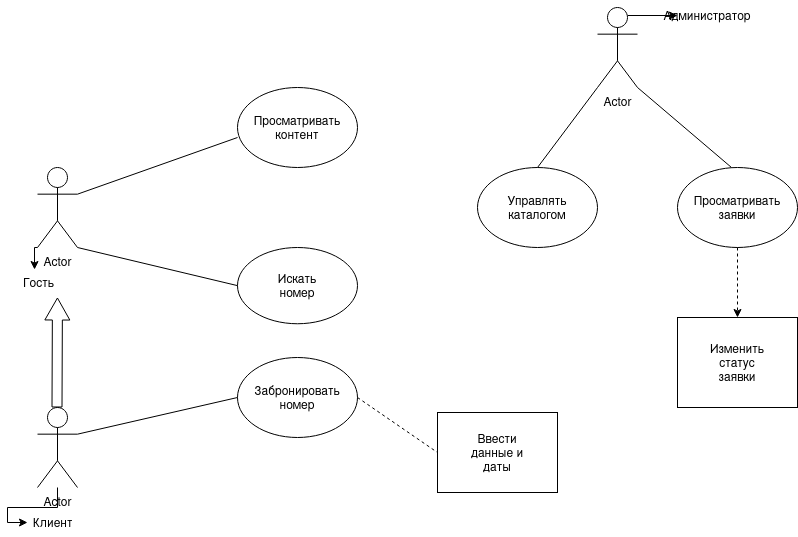
Elb-b/elb-b.github.io keeps this draw.io diagram as Гостиница.drawio.png. Above is the earlier version. Source tidied: cells renumbered, new cells last; positions are measured from the earlier drawing's top-left corner, leaving out a move shared by most shapes.
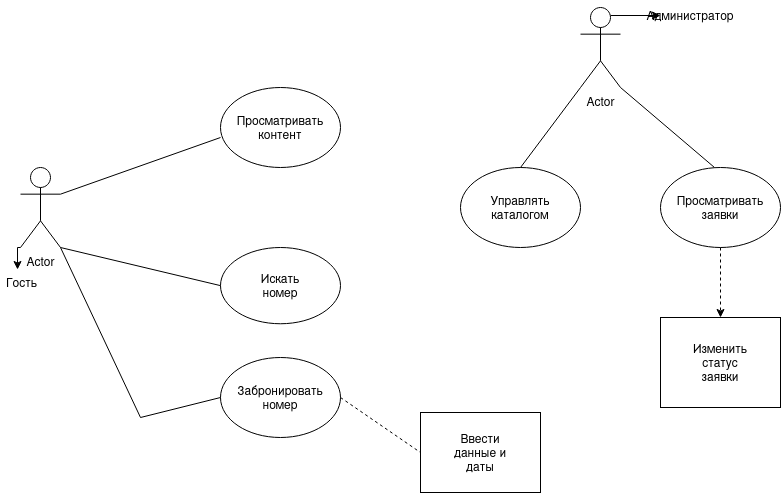
Above is the later version.

What changed in the source:
```diff
@@ -2,15 +2,6 @@
   <root>
     <mxCell id="0" />
     <mxCell id="1" parent="0" />
-    <mxCell id="2" style="edgeStyle=orthogonalEdgeStyle;rounded=0;jettySize=auto;html=1;" parent="1" edge="1" source="3" target="4">
-      <mxGeometry relative="1" as="geometry" />
-    </mxCell>
-    <mxCell id="3" value="Actor" style="shape=umlActor;verticalLabelPosition=bottom;verticalAlign=top;html=1;outlineConnect=0;" parent="1" vertex="1">
-      <mxGeometry x="20" y="407" width="40" height="80" as="geometry" />
-    </mxCell>
-    <mxCell id="4" value="&lt;div&gt;Клиент&lt;/div&gt;" style="text;strokeColor=none;fillColor=none;align=left;verticalAlign=middle;spacingLeft=4;spacingRight=4;overflow=hidden;points=[[0,0.5],[1,0.5]];portConstraint=eastwest;whiteSpace=wrap;html=1;" parent="1" vertex="1">
-      <mxGeometry x="10" y="507" width="80" height="30" as="geometry" />
-    </mxCell>
     <mxCell id="5" value="Actor" style="shape=umlActor;verticalLabelPosition=bottom;verticalAlign=top;html=1;outlineConnect=0;" parent="1" vertex="1">
       <mxGeometry x="20" y="167" width="40" height="80" as="geometry" />
     </mxCell>
@@ -20,11 +11,6 @@
     <mxCell id="7" style="edgeStyle=orthogonalEdgeStyle;rounded=0;jettySize=auto;html=1;exitX=0;exitY=1;exitDx=0;exitDy=0;exitPerimeter=0;entryX=0.213;entryY=0.067;entryDx=0;entryDy=0;entryPerimeter=0;" parent="1" edge="1" source="5" target="6">
       <mxGeometry relative="1" as="geometry" />
     </mxCell>
-    <mxCell id="8" style="shape=flexArrow;endArrow=classic;html=1;rounded=0;endWidth=14;endSize=7;" parent="1" edge="1" target="6">
-      <mxGeometry relative="1" as="geometry">
-        <mxPoint x="39.5" y="407" as="sourcePoint" />
-      </mxGeometry>
-    </mxCell>
     <mxCell id="9" style="ellipse;whiteSpace=wrap;html=1;" parent="1" vertex="1">
       <mxGeometry x="220" y="87" width="120" height="80" as="geometry" />
     </mxCell>
@@ -48,8 +34,12 @@
     <mxCell id="15" style="ellipse;whiteSpace=wrap;html=1;" parent="1" vertex="1">
       <mxGeometry x="220" y="357" width="120" height="80" as="geometry" />
     </mxCell>
-    <mxCell id="16" style="endArrow=none;html=1;rounded=0;entryX=0;entryY=0.5;entryDx=0;entryDy=0;exitX=1;exitY=0.3333333333333333;exitDx=0;exitDy=0;exitPerimeter=0;" parent="1" edge="1" source="3" target="15">
-      <mxGeometry relative="1" as="geometry" />
+    <mxCell id="16" style="endArrow=none;html=1;rounded=0;entryX=0;entryY=0.5;entryDx=0;entryDy=0;exitX=1;exitY=1;exitDx=0;exitDy=0;exitPerimeter=0;" parent="1" edge="1" source="5" target="15">
+      <mxGeometry relative="1" as="geometry">
+        <Array as="points">
+          <mxPoint x="140" y="417" />
+        </Array>
+      </mxGeometry>
     </mxCell>
     <mxCell id="17" value="&lt;div&gt;Забронировать номер&lt;/div&gt;" style="text;html=1;whiteSpace=wrap;strokeColor=none;fillColor=none;align=center;verticalAlign=middle;rounded=0;" parent="1" vertex="1">
       <mxGeometry x="250" y="382" width="60" height="30" as="geometry" />
```
